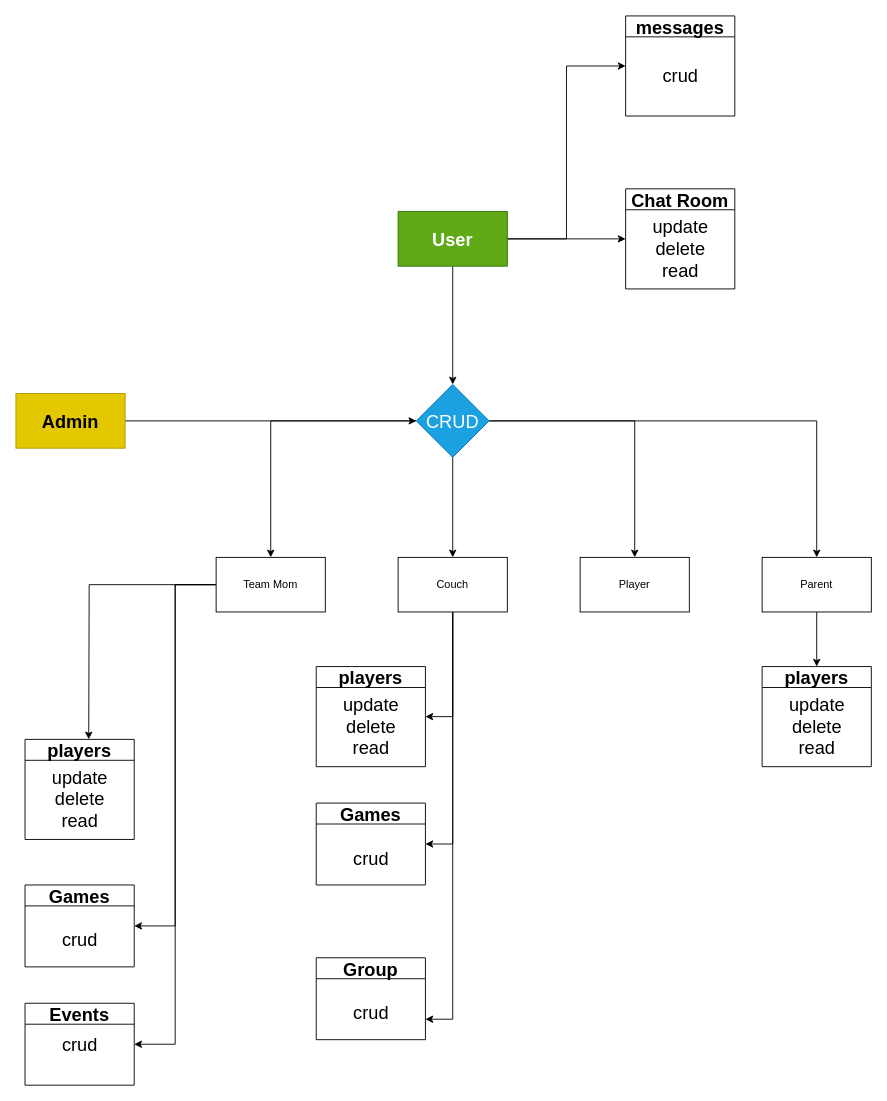
mnebot86/npjets-backend keeps this draw.io diagram as PermissionChart.drawio. Above is the earlier version. Source tidied: cells renumbered, new cells numbered last; positions are measured from the earlier drawing's top-left corner, leaving out a move shared by most shapes. Both pictures are drawn from the tidied source at 91%, with x=0, y=0 at pixel (15, 15).
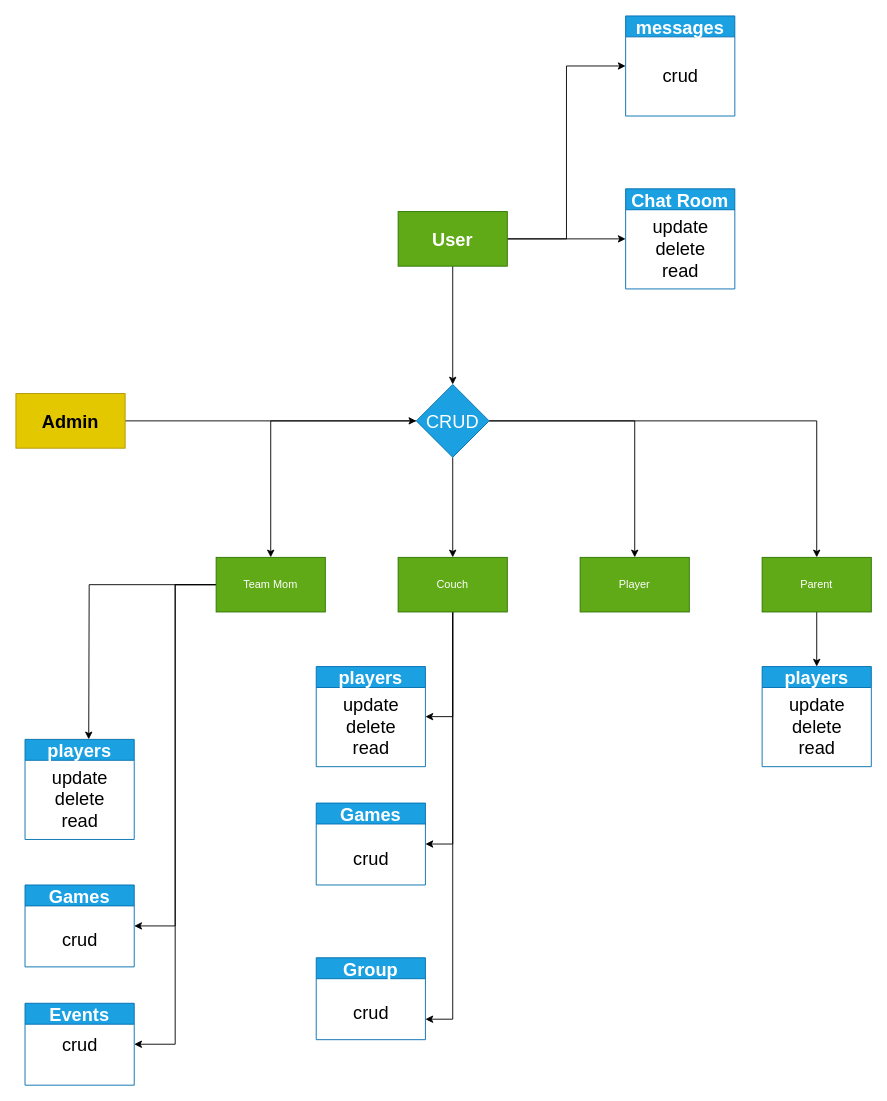
After the change.

Diff of the diagram source:
```diff
@@
-    <mxCell id="5" value="Team Mom" style="rounded=0;whiteSpace=wrap;html=1;" parent="1" vertex="1">
+    <mxCell id="5" value="Team Mom" style="rounded=0;whiteSpace=wrap;html=1;fillColor=#60a917;fontColor=#ffffff;strokeColor=#2D7600;" parent="1" vertex="1">
       <mxGeometry x="220" y="595" width="120" height="60" as="geometry" />
     </mxCell>
@@
-    <mxCell id="11" value="Couch" style="rounded=0;whiteSpace=wrap;html=1;" parent="1" vertex="1">
+    <mxCell id="11" value="Couch" style="rounded=0;whiteSpace=wrap;html=1;fillColor=#60a917;fontColor=#ffffff;strokeColor=#2D7600;" parent="1" vertex="1">
       <mxGeometry x="420" y="595" width="120" height="60" as="geometry" />
     </mxCell>
-    <mxCell id="12" value="Player" style="rounded=0;whiteSpace=wrap;html=1;" parent="1" vertex="1">
+    <mxCell id="12" value="Player" style="rounded=0;whiteSpace=wrap;html=1;fillColor=#60a917;fontColor=#ffffff;strokeColor=#2D7600;" parent="1" vertex="1">
       <mxGeometry x="620" y="595" width="120" height="60" as="geometry" />
     </mxCell>
@@
-    <mxCell id="14" value="Parent" style="rounded=0;whiteSpace=wrap;html=1;" parent="1" vertex="1">
+    <mxCell id="14" value="Parent" style="rounded=0;whiteSpace=wrap;html=1;fillColor=#60a917;fontColor=#ffffff;strokeColor=#2D7600;" parent="1" vertex="1">
       <mxGeometry x="820" y="595" width="120" height="60" as="geometry" />
     </mxCell>
@@
-    <mxCell id="24" value="players" style="swimlane;whiteSpace=wrap;html=1;fontSize=20;" parent="1" vertex="1">
+    <mxCell id="24" value="players" style="swimlane;whiteSpace=wrap;html=1;fontSize=20;fillColor=#1ba1e2;fontColor=#ffffff;strokeColor=#006EAF;" parent="1" vertex="1">
       <mxGeometry x="10" y="795" width="120" height="110" as="geometry" />
     </mxCell>
@@
-    <mxCell id="26" value="Games" style="swimlane;whiteSpace=wrap;html=1;fontSize=20;" parent="1" vertex="1">
+    <mxCell id="26" value="Games" style="swimlane;whiteSpace=wrap;html=1;fontSize=20;fillColor=#1ba1e2;fontColor=#ffffff;strokeColor=#006EAF;" parent="1" vertex="1">
       <mxGeometry x="10" y="955" width="120" height="90" as="geometry" />
     </mxCell>
@@
-    <mxCell id="28" value="Events" style="swimlane;whiteSpace=wrap;html=1;fontSize=20;" parent="1" vertex="1">
+    <mxCell id="28" value="Events" style="swimlane;whiteSpace=wrap;html=1;fontSize=20;fillColor=#1ba1e2;fontColor=#ffffff;strokeColor=#006EAF;" parent="1" vertex="1">
       <mxGeometry x="10" y="1085" width="120" height="90" as="geometry" />
     </mxCell>
@@
-    <mxCell id="30" value="players" style="swimlane;whiteSpace=wrap;html=1;fontSize=20;" parent="1" vertex="1">
+    <mxCell id="30" value="players" style="swimlane;whiteSpace=wrap;html=1;fontSize=20;fillColor=#1ba1e2;fontColor=#ffffff;strokeColor=#006EAF;" parent="1" vertex="1">
       <mxGeometry x="330" y="715" width="120" height="110" as="geometry" />
     </mxCell>
@@
-    <mxCell id="32" value="Games" style="swimlane;whiteSpace=wrap;html=1;fontSize=20;" parent="1" vertex="1">
+    <mxCell id="32" value="Games" style="swimlane;whiteSpace=wrap;html=1;fontSize=20;fillColor=#1ba1e2;fontColor=#ffffff;strokeColor=#006EAF;" parent="1" vertex="1">
       <mxGeometry x="330" y="865" width="120" height="90" as="geometry" />
     </mxCell>
@@
-    <mxCell id="34" value="players" style="swimlane;whiteSpace=wrap;html=1;fontSize=20;" parent="1" vertex="1">
+    <mxCell id="34" value="players" style="swimlane;whiteSpace=wrap;html=1;fontSize=20;fillColor=#1ba1e2;fontColor=#ffffff;strokeColor=#006EAF;" parent="1" vertex="1">
       <mxGeometry x="820" y="715" width="120" height="110" as="geometry" />
     </mxCell>
@@
-    <mxCell id="36" value="Chat Room" style="swimlane;whiteSpace=wrap;html=1;fontSize=20;" parent="1" vertex="1">
+    <mxCell id="36" value="Chat Room" style="swimlane;whiteSpace=wrap;html=1;fontSize=20;fillColor=#1ba1e2;fontColor=#ffffff;strokeColor=#006EAF;" parent="1" vertex="1">
       <mxGeometry x="670" y="190" width="120" height="110" as="geometry" />
     </mxCell>
@@
-    <mxCell id="38" value="messages" style="swimlane;whiteSpace=wrap;html=1;fontSize=20;" parent="1" vertex="1">
+    <mxCell id="38" value="messages" style="swimlane;whiteSpace=wrap;html=1;fontSize=20;fillColor=#1ba1e2;fontColor=#ffffff;strokeColor=#006EAF;" parent="1" vertex="1">
       <mxGeometry x="670" width="120" height="110" as="geometry" />
     </mxCell>
@@
-    <mxCell id="40" value="Group" style="swimlane;whiteSpace=wrap;html=1;fontSize=20;startSize=23;" parent="1" vertex="1">
+    <mxCell id="40" value="Group" style="swimlane;whiteSpace=wrap;html=1;fontSize=20;startSize=23;fillColor=#1ba1e2;fontColor=#ffffff;strokeColor=#006EAF;" parent="1" vertex="1">
       <mxGeometry x="330" y="1035" width="120" height="90" as="geometry" />
     </mxCell>
```
